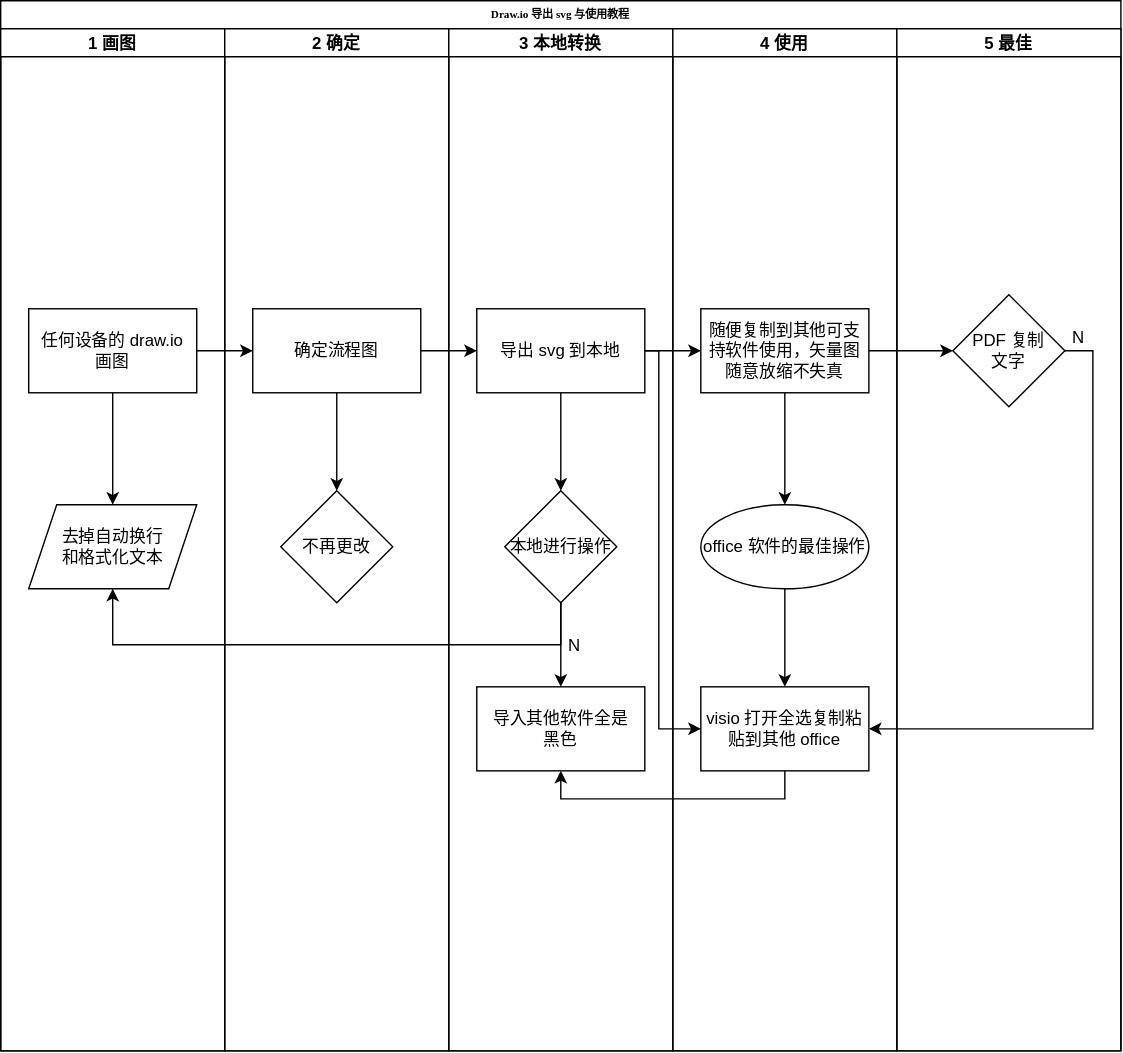
The draw.io diagram Draw.io/draw.io 的导出教程.svg in InoryLwc/ConfigRepo, before a commit. Source tidied: cells renumbered, new cells last; positions are measured from the earlier drawing's top-left corner, leaving out a move shared by most shapes.
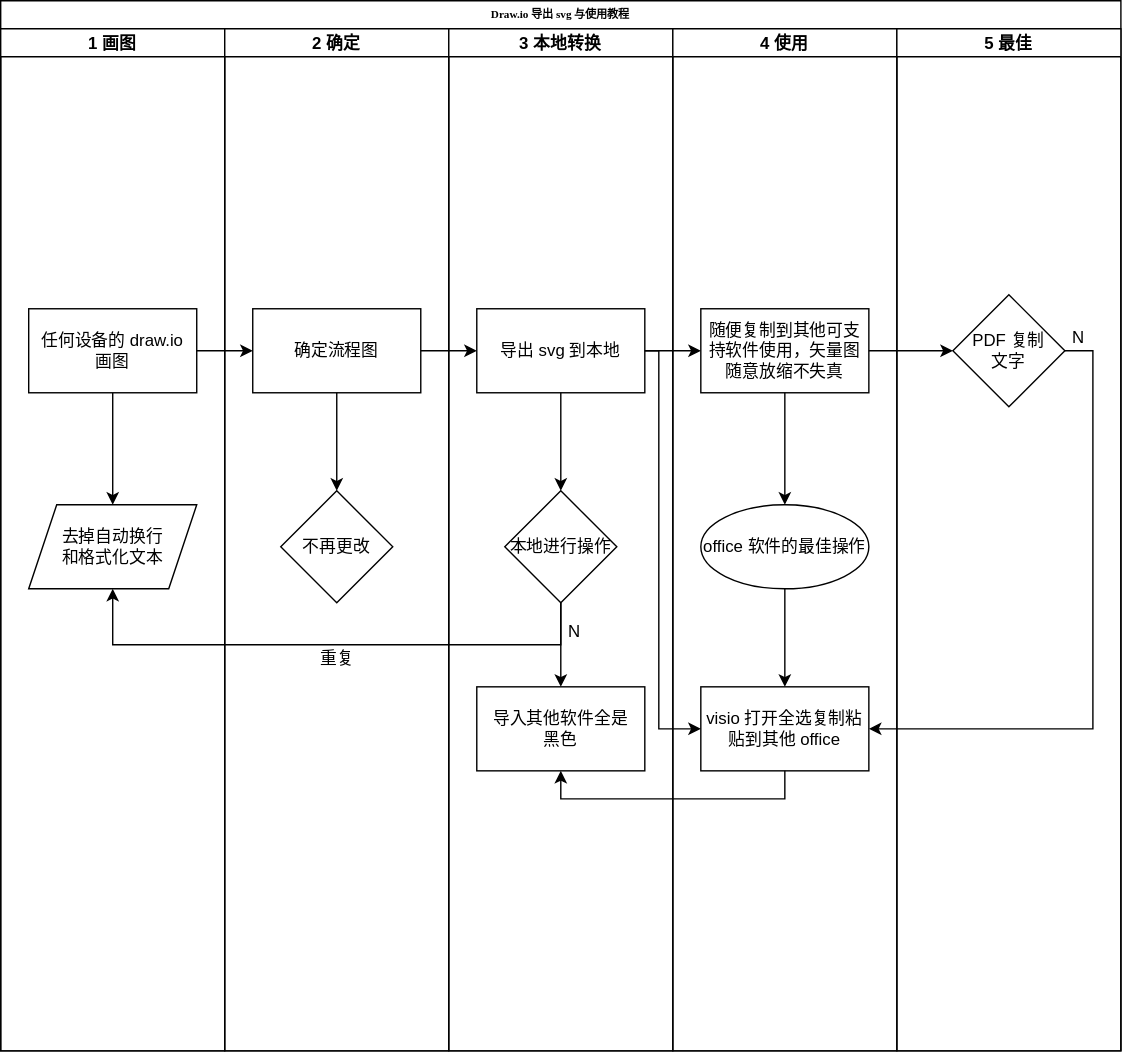
Above is the later version.

Commit message:
更新draw.io 的导出教程.svg

Diff of the diagram source:
```diff
@@ -23,6 +23,9 @@
     <mxCell id="8" value="确定流程图" style="rounded=0;whiteSpace=wrap;" parent="7" vertex="1">
       <mxGeometry x="20" y="200" width="120" height="60" as="geometry" />
     </mxCell>
+    <mxCell id="35" value="重复" style="text;html=1;align=center;verticalAlign=middle;strokeColor=none;fillColor=none;" parent="7" vertex="1">
+      <mxGeometry x="60" y="440" width="40" height="20" as="geometry" />
+    </mxCell>
     <mxCell id="9" value="3 本地转换" style="swimlane;startSize=20;" parent="2" vertex="1">
       <mxGeometry x="320" y="20" width="160" height="730" as="geometry" />
     </mxCell>
@@ -33,7 +36,7 @@
       <mxGeometry x="40" y="330" width="80" height="80" as="geometry" />
     </mxCell>
     <mxCell id="12" value="N" style="text;align=center;verticalAlign=middle;strokeColor=none;fillColor=none;" parent="9" vertex="1">
-      <mxGeometry x="80" y="430" width="20" height="20" as="geometry" />
+      <mxGeometry x="80" y="420" width="20" height="20" as="geometry" />
     </mxCell>
     <mxCell id="13" value="导入其他软件全是&#10;黑色" style="rounded=0;whiteSpace=wrap;" parent="9" vertex="1">
       <mxGeometry x="20" y="470" width="120" height="60" as="geometry" />
```
